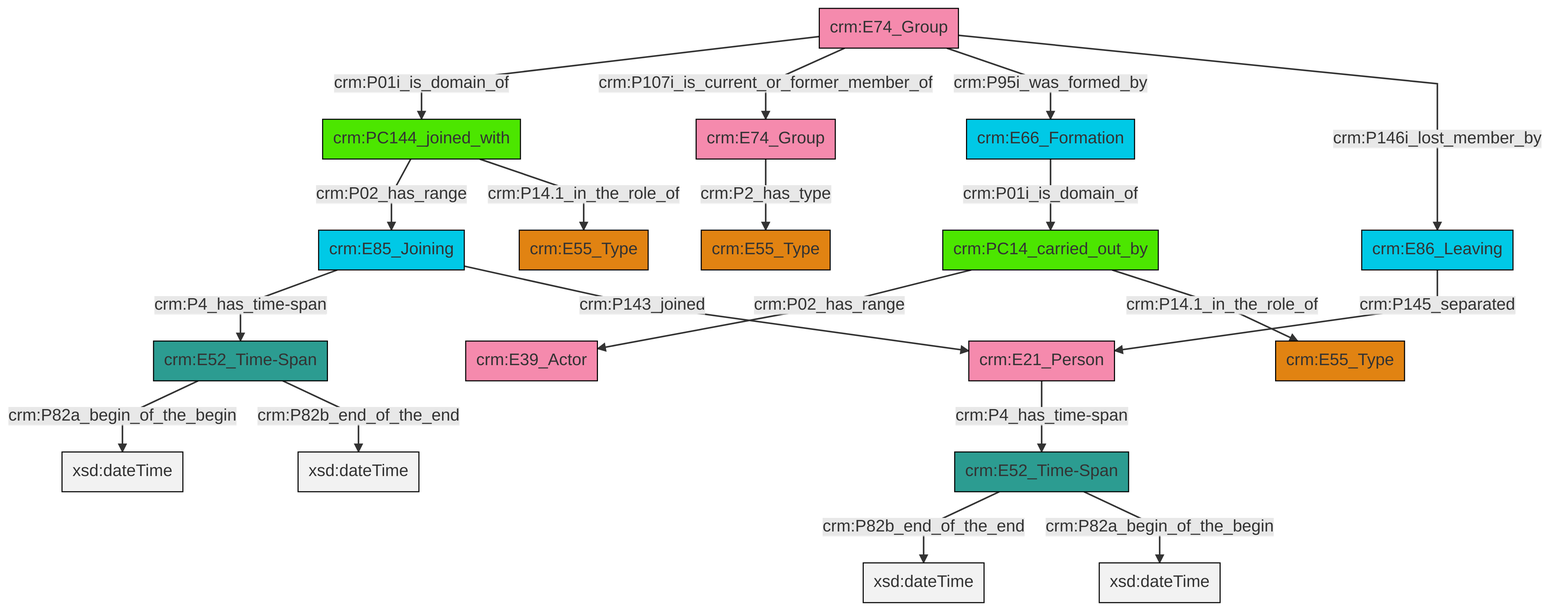
The Mermaid diagram et/groupCSV/ttl/mmd/png/group_actor_relations.png in swiss-art-research-net/docs.swissartresearch, before a commit. Its source is kept beside it as et/groupCSV/ttl/mmd/group_actor_relations.ttl.mmd.
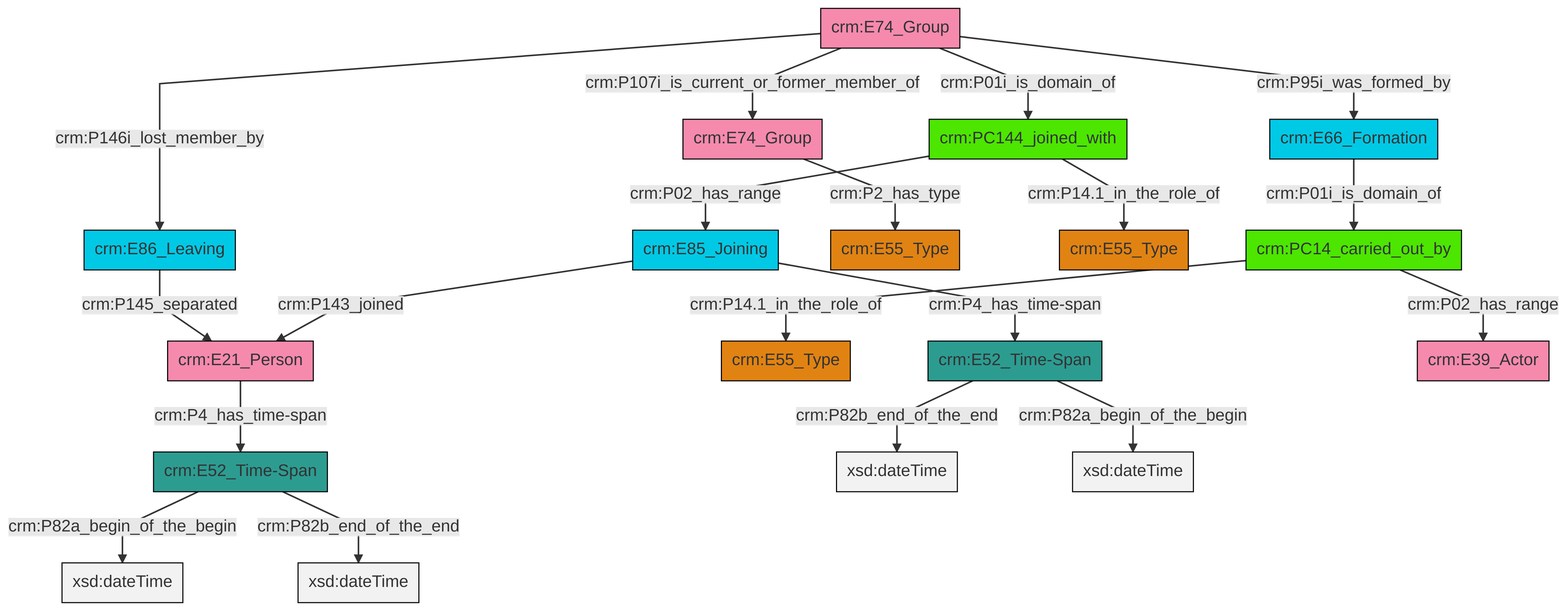
After the commit.

What changed in the source:
```diff
@@ -13,21 +13,21 @@
 classDef PC_Classes fill:#4ce600, stroke:#000000;
 classDef Multi fill:#cccccc,stroke:#000000;
 
-2["crm:E52_Time-Span"]:::Time-Span -->|crm:P82a_begin_of_the_begin| 3[xsd:dateTime]:::Literal
-9["crm:PC14_carried_out_by"]:::PC_Classes -->|crm:P02_has_range| 10["crm:E39_Actor"]:::Actor
-9["crm:PC14_carried_out_by"]:::PC_Classes -->|crm:P14.1_in_the_role_of| 13["crm:E55_Type"]:::Type
-14["crm:E52_Time-Span"]:::Time-Span -->|crm:P82b_end_of_the_end| 15[xsd:dateTime]:::Literal
-0["crm:E74_Group"]:::Actor -->|crm:P01i_is_domain_of| 16["crm:PC144_joined_with"]:::PC_Classes
-0["crm:E74_Group"]:::Actor -->|crm:P107i_is_current_or_former_member_of| 20["crm:E74_Group"]:::Actor
-22["crm:E85_Joining"]:::Temporal_Entity -->|crm:P4_has_time-span| 2["crm:E52_Time-Span"]:::Time-Span
-14["crm:E52_Time-Span"]:::Time-Span -->|crm:P82a_begin_of_the_begin| 23[xsd:dateTime]:::Literal
-22["crm:E85_Joining"]:::Temporal_Entity -->|crm:P143_joined| 11["crm:E21_Person"]:::Actor
-28["crm:E86_Leaving"]:::Temporal_Entity -->|crm:P145_separated| 11["crm:E21_Person"]:::Actor
-16["crm:PC144_joined_with"]:::PC_Classes -->|crm:P02_has_range| 22["crm:E85_Joining"]:::Temporal_Entity
-0["crm:E74_Group"]:::Actor -->|crm:P95i_was_formed_by| 29["crm:E66_Formation"]:::Temporal_Entity
-16["crm:PC144_joined_with"]:::PC_Classes -->|crm:P14.1_in_the_role_of| 4["crm:E55_Type"]:::Type
-2["crm:E52_Time-Span"]:::Time-Span -->|crm:P82b_end_of_the_end| 31[xsd:dateTime]:::Literal
-11["crm:E21_Person"]:::Actor -->|crm:P4_has_time-span| 14["crm:E52_Time-Span"]:::Time-Span
-20["crm:E74_Group"]:::Actor -->|crm:P2_has_type| 6["crm:E55_Type"]:::Type
-0["crm:E74_Group"]:::Actor -->|crm:P146i_lost_member_by| 28["crm:E86_Leaving"]:::Temporal_Entity
-29["crm:E66_Formation"]:::Temporal_Entity -->|crm:P01i_is_domain_of| 9["crm:PC14_carried_out_by"]:::PC_Classes
+0["crm:E85_Joining"]:::Temporal_Entity -->|crm:P4_has_time-span| 1["crm:E52_Time-Span"]:::Time-Span
+4["crm:E21_Person"]:::Actor -->|crm:P4_has_time-span| 5["crm:E52_Time-Span"]:::Time-Span
+7["crm:PC14_carried_out_by"]:::PC_Classes -->|crm:P14.1_in_the_role_of| 2["crm:E55_Type"]:::Type
+7["crm:PC14_carried_out_by"]:::PC_Classes -->|crm:P02_has_range| 14["crm:E39_Actor"]:::Actor
+17["crm:E74_Group"]:::Actor -->|crm:P146i_lost_member_by| 18["crm:E86_Leaving"]:::Temporal_Entity
+17["crm:E74_Group"]:::Actor -->|crm:P95i_was_formed_by| 20["crm:E66_Formation"]:::Temporal_Entity
+20["crm:E66_Formation"]:::Temporal_Entity -->|crm:P01i_is_domain_of| 7["crm:PC14_carried_out_by"]:::PC_Classes
+21["crm:E74_Group"]:::Actor -->|crm:P2_has_type| 10["crm:E55_Type"]:::Type
+5["crm:E52_Time-Span"]:::Time-Span -->|crm:P82a_begin_of_the_begin| 25[xsd:dateTime]:::Literal
+8["crm:PC144_joined_with"]:::PC_Classes -->|crm:P02_has_range| 0["crm:E85_Joining"]:::Temporal_Entity
+17["crm:E74_Group"]:::Actor -->|crm:P107i_is_current_or_former_member_of| 21["crm:E74_Group"]:::Actor
+1["crm:E52_Time-Span"]:::Time-Span -->|crm:P82b_end_of_the_end| 27[xsd:dateTime]:::Literal
+0["crm:E85_Joining"]:::Temporal_Entity -->|crm:P143_joined| 4["crm:E21_Person"]:::Actor
+1["crm:E52_Time-Span"]:::Time-Span -->|crm:P82a_begin_of_the_begin| 30[xsd:dateTime]:::Literal
+8["crm:PC144_joined_with"]:::PC_Classes -->|crm:P14.1_in_the_role_of| 15["crm:E55_Type"]:::Type
+17["crm:E74_Group"]:::Actor -->|crm:P01i_is_domain_of| 8["crm:PC144_joined_with"]:::PC_Classes
+5["crm:E52_Time-Span"]:::Time-Span -->|crm:P82b_end_of_the_end| 33[xsd:dateTime]:::Literal
+18["crm:E86_Leaving"]:::Temporal_Entity -->|crm:P145_separated| 4["crm:E21_Person"]:::Actor
```
